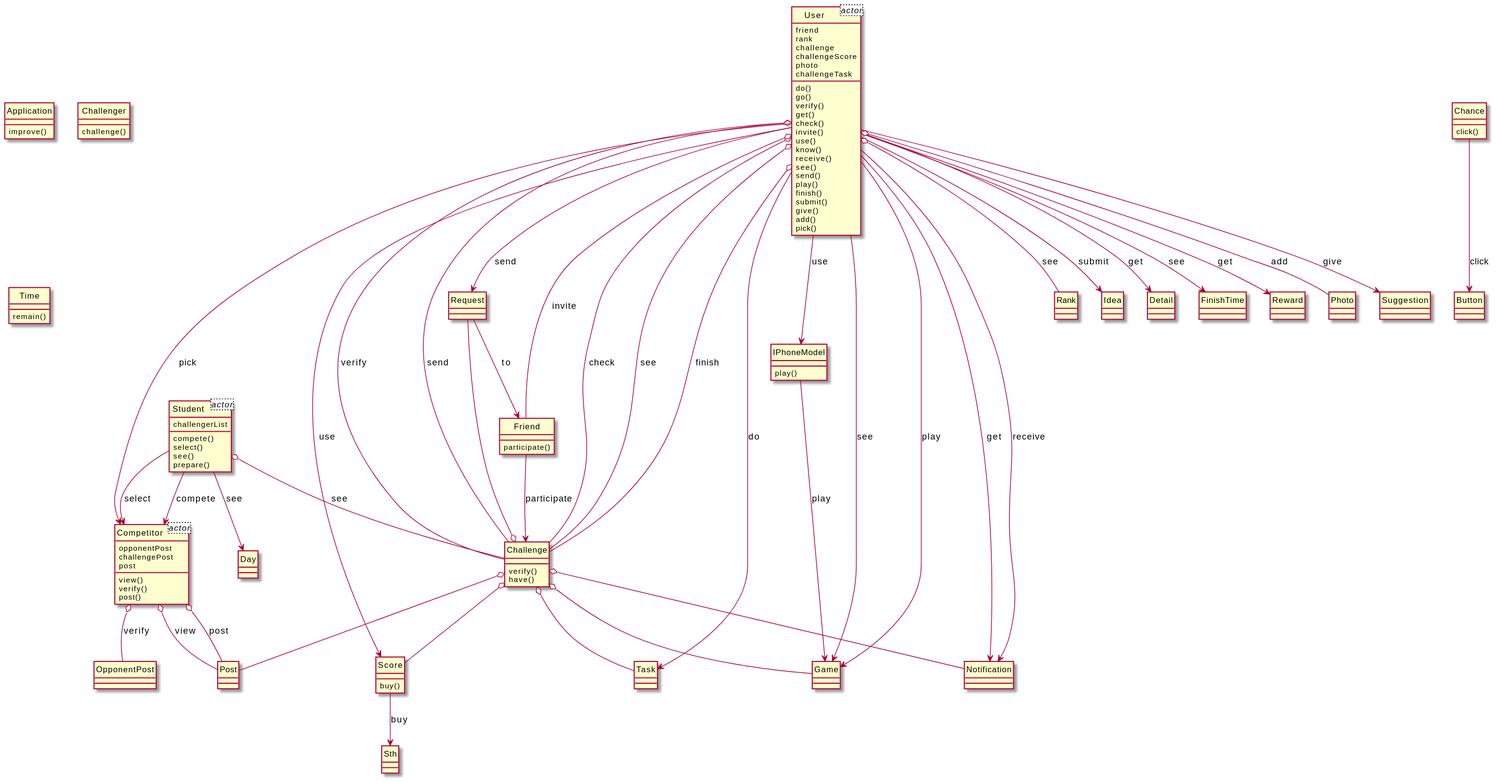
xixixhalu/DomainModelExtractor keeps this PlantUML diagram as output/diagram_5/2017-USC-Project04.svg. Above is the earlier version.
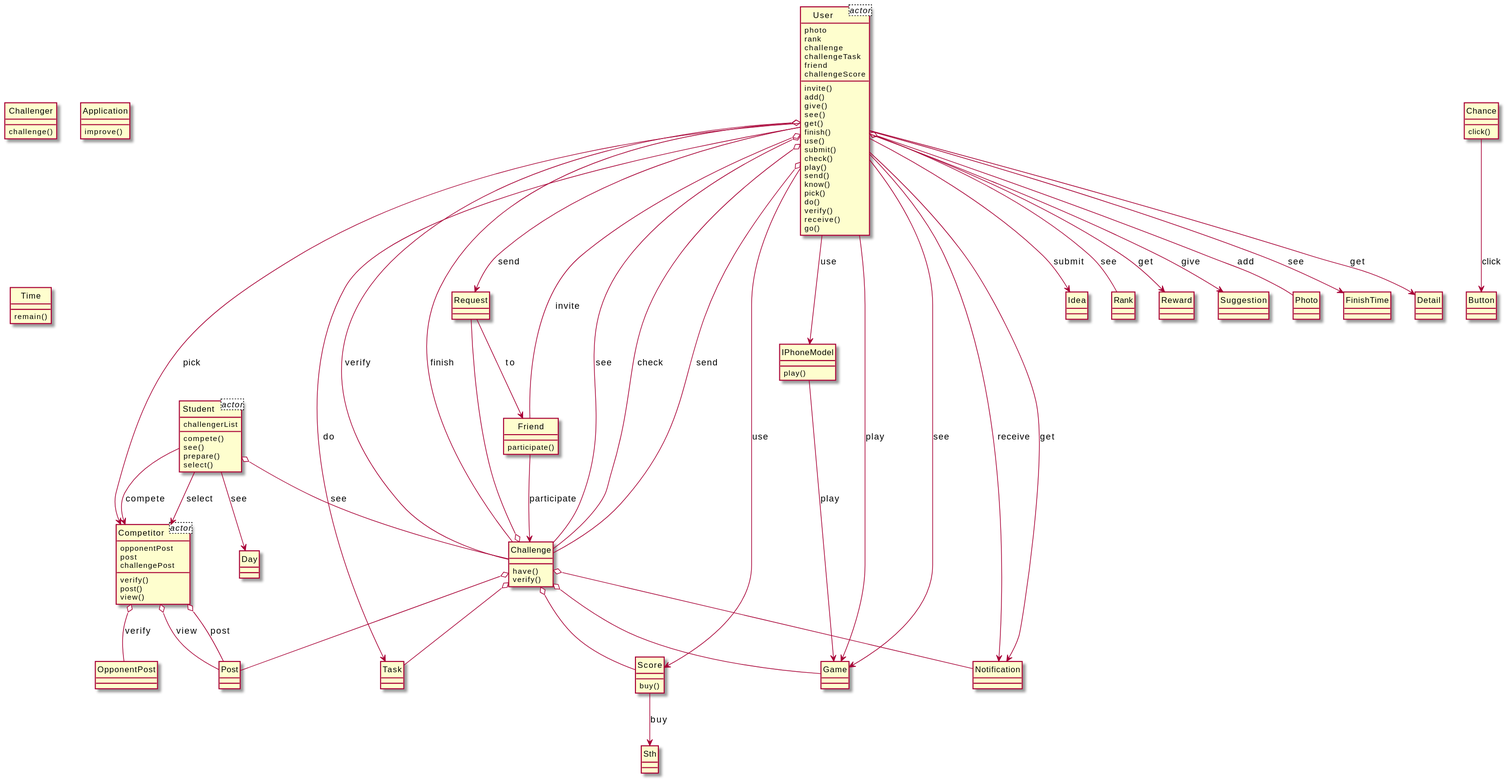
The same file after the commit.

Diff of the diagram source:
```diff
@@ -1,83 +1,100 @@
 @startuml
 hide circle
 class User<actor> {
-	friend
+	photo
 	rank
 	challenge
+	challengeTask
+	friend
 	challengeScore
-	photo
-	challengeTask
 }
 class Student<actor> {
 	challengerList
 }
 class Competitor<actor> {
 	opponentPost
+	post
 	challengePost
-	post
+}
+class Task {
 }
 class Request {
 }
 class Score {
 	buy()
 }
-class Task {
+class User {
+	invite()
+	add()
+	give()
+	see()
+	get()
+	finish()
+	use()
+	submit()
+	check()
+	play()
+	send()
+	know()
+	pick()
+	do()
+	verify()
+	receive()
+	go()
+}
+class Idea {
 }
 class Competitor {
-	view()
 	verify()
 	post()
+	view()
 }
-class OpponentPost {
+class Post {
+}
+class Rank {
+}
+class Challenge {
+	have()
+	verify()
+}
+class Student {
+	compete()
+	see()
+	prepare()
+	select()
+}
+class Day {
+}
+class Friend {
+	participate()
+}
+class Challenger {
+	challenge()
+}
+class Reward {
 }
 class Application {
 	improve()
 }
-class Challenge {
-	verify()
-	have()
-}
-class User {
-	do()
-	go()
-	verify()
-	get()
-	check()
-	invite()
-	use()
-	know()
-	receive()
-	see()
-	send()
-	play()
-	finish()
-	submit()
-	give()
-	add()
-	pick()
-}
-class Rank {
+class Suggestion {
 }
 class IPhoneModel {
 	play()
 }
-class Student {
-	compete()
-	select()
-	see()
-	prepare()
-}
 class Game {
 }
-class Challenger {
-	challenge()
+class OpponentPost {
 }
-class Idea {
+class Photo {
 }
 class Notification {
 }
-class Friend {
-	participate()
+class Sth {
+}
+class Time {
+	remain()
+}
+class FinishTime {
 }
 class Chance {
 	click()
@@ -86,61 +103,44 @@
 }
 class Detail {
 }
-class FinishTime {
-}
-class Reward {
-}
-class Photo {
-}
-class Suggestion {
-}
-class Post {
-}
-class Day {
-}
-class Time {
-	remain()
-}
-class Sth {
-}
+User --> Request : send
+Friend --> Challenge : participate
+User o-- Rank : see
+User o-- Challenge : see
+User o-- Challenge : check
+Chance --> Button : click
+User --> Competitor : pick
+Student o-- Challenge : see
+User --> Game : play
+User o-- Challenge : send
+User --> Detail : get
+Request --> Friend : to
+Student --> Day : see
+Challenge o-- Task
+User o-- Photo : add
+Challenge o-- Post
+User o-- Challenge : verify
+User o-- Friend : invite
+Challenge o-- Request
+User o-- Challenge : finish
+Challenge o-- Notification
+Competitor o-- Post : post
+Challenge o-- Game
+User --> Reward : get
 User --> IPhoneModel : use
-Student --> Day : see
-Challenge o-- Request
-User --> Detail : get
-User o-- Challenge : check
-Student o-- Challenge : see
-User --> Game : see
-User --> FinishTime : see
-User o-- Challenge : see
+Challenge o-- Score
+Student --> Competitor : compete
+User --> Notification : receive
+User --> Idea : submit
+User --> Suggestion : give
 Score --> Sth : buy
-User --> Game : play
-Challenge o-- Notification
-User --> Competitor : pick
+User --> Notification : get
+User --> Task : do
 Student --> Competitor : select
-Challenge o-- Post
-Challenge o-- Task
-User --> Idea : submit
-User --> Reward : get
-Challenge o-- Game
-User o-- Challenge : finish
-Competitor o-- Post : post
-Challenge o-- Score
-User --> Notification : get
-Request --> Friend : to
-User --> Notification : receive
-User o-- Photo : add
 User --> Score : use
 Competitor o-- OpponentPost : verify
-Friend --> Challenge : participate
-User --> Suggestion : give
-Student --> Competitor : compete
-User --> Task : do
-User o-- Challenge : verify
-User --> Request : send
-User o-- Challenge : send
+User --> Game : see
+Competitor o-- Post : view
 IPhoneModel --> Game : play
-User o-- Friend : invite
-Competitor o-- Post : view
-Chance --> Button : click
-User o-- Rank : see
+User --> FinishTime : see
 @enduml
```
